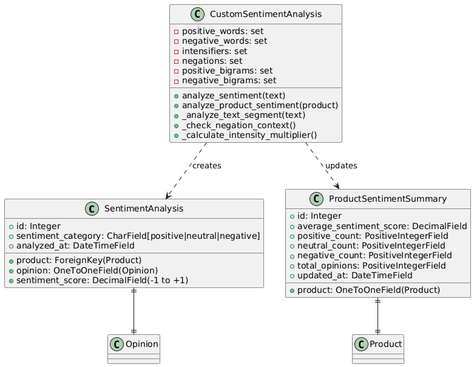
This is .diagrams/sentiment_analysis/Class.png from dawidolko/SmartRecommender-Project-Django-React, a PlantUML export, as it was before one commit. The source it was exported from:
```plantuml
@startuml
class SentimentAnalysis {
  +id: Integer
  +product: ForeignKey(Product)
  +opinion: OneToOneField(Opinion)
  +sentiment_score: DecimalField(-1 to +1)
  +sentiment_category: CharField[positive|neutral|negative]
  +analyzed_at: DateTimeField
}

class ProductSentimentSummary {
  +id: Integer
  +product: OneToOneField(Product)
  +average_sentiment_score: DecimalField
  +positive_count: PositiveIntegerField
  +neutral_count: PositiveIntegerField
  +negative_count: PositiveIntegerField
  +total_opinions: PositiveIntegerField
  +updated_at: DateTimeField
}

class CustomSentimentAnalysis {
  -positive_words: set
  -negative_words: set
  -intensifiers: set
  -negations: set
  -positive_bigrams: set
  -negative_bigrams: set
  +analyze_sentiment(text)
  +analyze_product_sentiment(product)
  +_analyze_text_segment(text)
  +_check_negation_context()
  +_calculate_intensity_multiplier()
}

SentimentAnalysis ||--|| Opinion
ProductSentimentSummary ||--|| Product
CustomSentimentAnalysis ..> SentimentAnalysis : creates
CustomSentimentAnalysis ..> ProductSentimentSummary : updates
@enduml
```
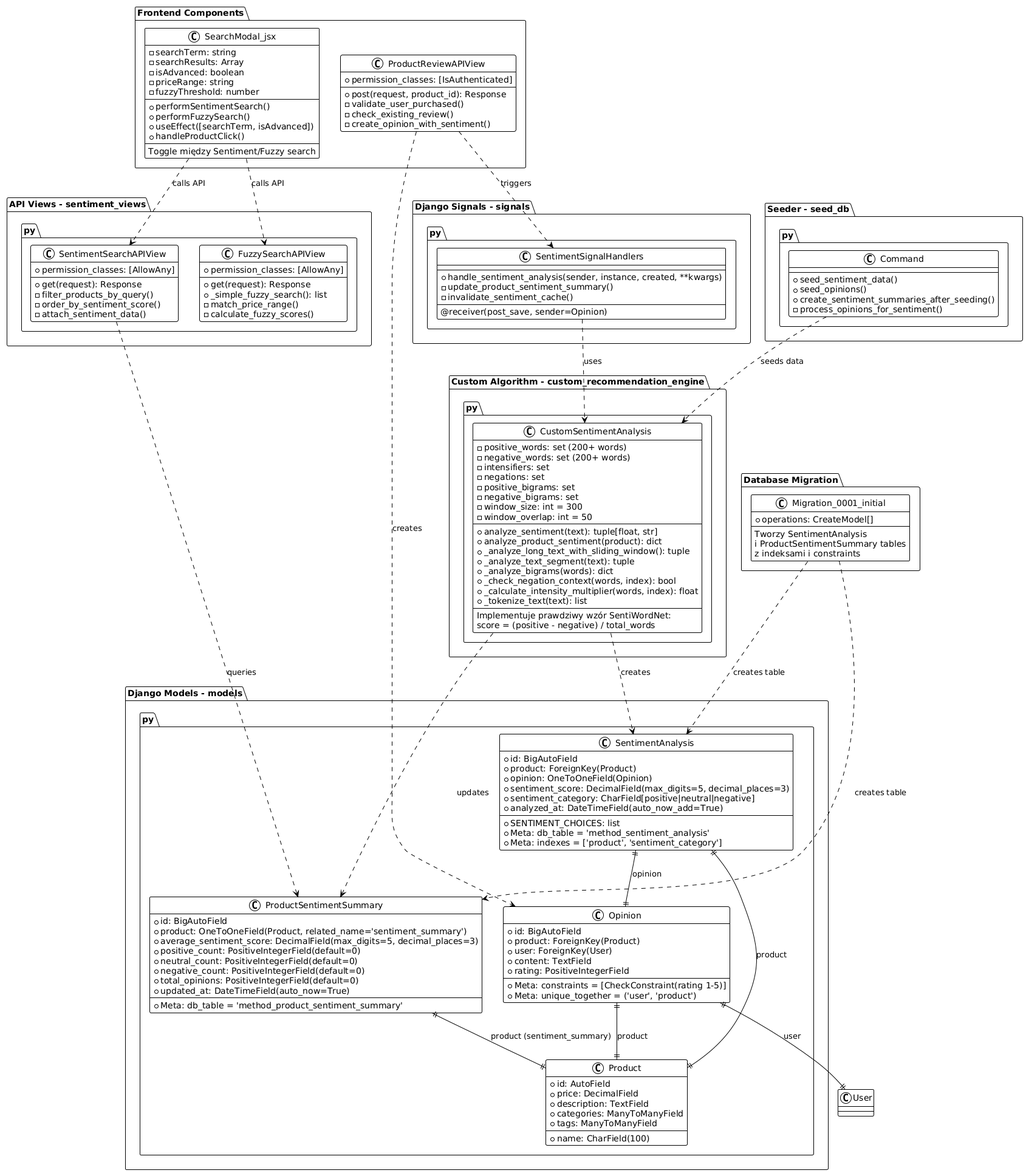
After the commit.

What changed in the source:
```diff
@@ -1,40 +1,180 @@
 @startuml
-class SentimentAnalysis {
-  +id: Integer
-  +product: ForeignKey(Product)
-  +opinion: OneToOneField(Opinion)
-  +sentiment_score: DecimalField(-1 to +1)
-  +sentiment_category: CharField[positive|neutral|negative]
-  +analyzed_at: DateTimeField
+!theme plain
+
+package "Django Models - models.py" {
+
+  class SentimentAnalysis {
+    +id: BigAutoField
+    +product: ForeignKey(Product)
+    +opinion: OneToOneField(Opinion)
+    +sentiment_score: DecimalField(max_digits=5, decimal_places=3)
+    +sentiment_category: CharField[positive|neutral|negative]
+    +analyzed_at: DateTimeField(auto_now_add=True)
+    --
+    +SENTIMENT_CHOICES: list
+    +Meta: db_table = 'method_sentiment_analysis'
+    +Meta: indexes = ['product', 'sentiment_category']
+  }
+
+  class ProductSentimentSummary {
+    +id: BigAutoField
+    +product: OneToOneField(Product, related_name='sentiment_summary')
+    +average_sentiment_score: DecimalField(max_digits=5, decimal_places=3)
+    +positive_count: PositiveIntegerField(default=0)
+    +neutral_count: PositiveIntegerField(default=0)
+    +negative_count: PositiveIntegerField(default=0)
+    +total_opinions: PositiveIntegerField(default=0)
+    +updated_at: DateTimeField(auto_now=True)
+    --
+    +Meta: db_table = 'method_product_sentiment_summary'
+  }
+
+  class Opinion {
+    +id: BigAutoField
+    +product: ForeignKey(Product)
+    +user: ForeignKey(User)
+    +content: TextField
+    +rating: PositiveIntegerField
+    --
+    +Meta: constraints = [CheckConstraint(rating 1-5)]
+    +Meta: unique_together = ('user', 'product')
+  }
+
+  class Product {
+    +id: AutoField
+    +name: CharField(100)
+    +price: DecimalField
+    +description: TextField
+    +categories: ManyToManyField
+    +tags: ManyToManyField
+  }
 }
 
-class ProductSentimentSummary {
-  +id: Integer
-  +product: OneToOneField(Product)
-  +average_sentiment_score: DecimalField
-  +positive_count: PositiveIntegerField
-  +neutral_count: PositiveIntegerField
-  +negative_count: PositiveIntegerField
-  +total_opinions: PositiveIntegerField
-  +updated_at: DateTimeField
+package "Custom Algorithm - custom_recommendation_engine.py" {
+
+  class CustomSentimentAnalysis {
+    -positive_words: set (200+ words)
+    -negative_words: set (200+ words)
+    -intensifiers: set
+    -negations: set
+    -positive_bigrams: set
+    -negative_bigrams: set
+    -window_size: int = 300
+    -window_overlap: int = 50
+    --
+    +analyze_sentiment(text): tuple[float, str]
+    +analyze_product_sentiment(product): dict
+    +_analyze_long_text_with_sliding_window(): tuple
+    +_analyze_text_segment(text): tuple
+    +_analyze_bigrams(words): dict
+    +_check_negation_context(words, index): bool
+    +_calculate_intensity_multiplier(words, index): float
+    +_tokenize_text(text): list
+    --
+    Implementuje prawdziwy wzór SentiWordNet:
+    score = (positive - negative) / total_words
+  }
 }
 
-class CustomSentimentAnalysis {
-  -positive_words: set
-  -negative_words: set
-  -intensifiers: set
-  -negations: set
-  -positive_bigrams: set
-  -negative_bigrams: set
-  +analyze_sentiment(text)
-  +analyze_product_sentiment(product)
-  +_analyze_text_segment(text)
-  +_check_negation_context()
-  +_calculate_intensity_multiplier()
+package "API Views - sentiment_views.py" {
+
+  class SentimentSearchAPIView {
+    +permission_classes: [AllowAny]
+    --
+    +get(request): Response
+    -filter_products_by_query()
+    -order_by_sentiment_score()
+    -attach_sentiment_data()
+  }
+
+  class FuzzySearchAPIView {
+    +permission_classes: [AllowAny]
+    --
+    +get(request): Response
+    +_simple_fuzzy_search(): list
+    -match_price_range()
+    -calculate_fuzzy_scores()
+  }
 }
 
-SentimentAnalysis ||--|| Opinion
-ProductSentimentSummary ||--|| Product
+package "Django Signals - signals.py" {
+
+  class SentimentSignalHandlers {
+    --
+    +handle_sentiment_analysis(sender, instance, created, **kwargs)
+    -update_product_sentiment_summary()
+    -invalidate_sentiment_cache()
+    --
+    @receiver(post_save, sender=Opinion)
+  }
+}
+
+package "Frontend Components" {
+
+  class SearchModal_jsx {
+    -searchTerm: string
+    -searchResults: Array
+    -isAdvanced: boolean
+    -priceRange: string
+    -fuzzyThreshold: number
+    --
+    +performSentimentSearch()
+    +performFuzzySearch()
+    +useEffect([searchTerm, isAdvanced])
+    +handleProductClick()
+    --
+    Toggle między Sentiment/Fuzzy search
+  }
+
+  class ProductReviewAPIView {
+    +permission_classes: [IsAuthenticated]
+    --
+    +post(request, product_id): Response
+    -validate_user_purchased()
+    -check_existing_review()
+    -create_opinion_with_sentiment()
+  }
+}
+
+package "Database Migration" {
+
+  class Migration_0001_initial {
+    +operations: CreateModel[]
+    --
+    Tworzy SentimentAnalysis
+    i ProductSentimentSummary tables
+    z indeksami i constraints
+  }
+}
+
+package "Seeder - seed_db.py" {
+
+  class Command {
+    --
+    +seed_sentiment_data()
+    +seed_opinions()
+    +create_sentiment_summaries_after_seeding()
+    -process_opinions_for_sentiment()
+  }
+}
+
+SentimentAnalysis ||--|| Opinion : opinion
+SentimentAnalysis ||--|| Product : product
+ProductSentimentSummary ||--|| Product : product (sentiment_summary)
+Opinion ||--|| Product : product
+Opinion ||--|| User : user
+
 CustomSentimentAnalysis ..> SentimentAnalysis : creates
 CustomSentimentAnalysis ..> ProductSentimentSummary : updates
+SentimentSearchAPIView ..> ProductSentimentSummary : queries
+SentimentSignalHandlers ..> CustomSentimentAnalysis : uses
+
+SearchModal_jsx ..> SentimentSearchAPIView : calls API
+SearchModal_jsx ..> FuzzySearchAPIView : calls API
+ProductReviewAPIView ..> Opinion : creates
+ProductReviewAPIView ..> SentimentSignalHandlers : triggers
+
+Migration_0001_initial ..> SentimentAnalysis : creates table
+Migration_0001_initial ..> ProductSentimentSummary : creates table
+Command ..> CustomSentimentAnalysis : seeds data
 @enduml
```
